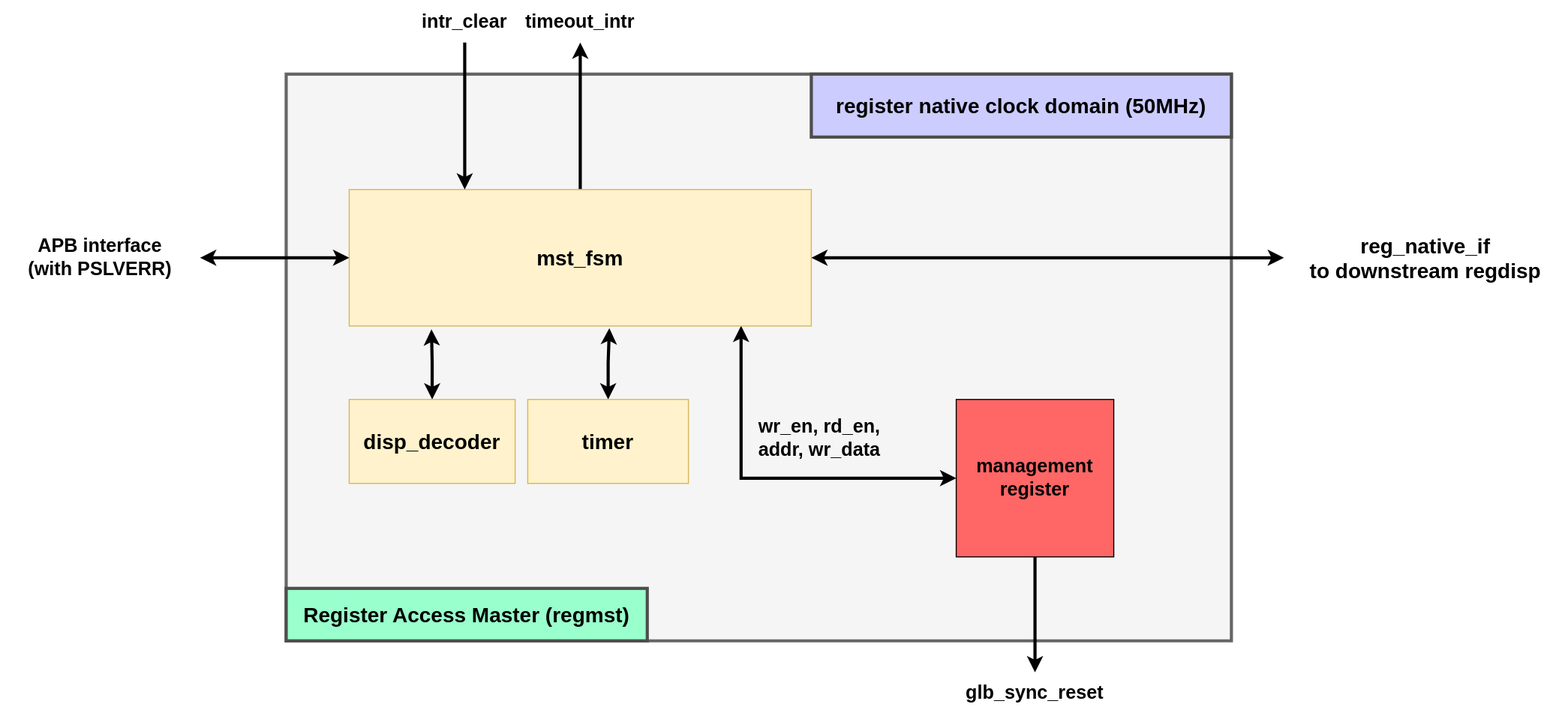
The draw.io diagram docs/pics/regmst_rtl_infra.svg in howsayhao/hj_reg_auto, before a commit. Source tidied: cells renumbered, new cells last; positions are measured from the earlier drawing's top-left corner, leaving out a move shared by most shapes. Its diagram source:
```xml
<mxGraphModel>
  <root>
    <mxCell id="0" />
    <mxCell id="1" parent="0" />
    <mxCell id="2" style="shape=corner;whiteSpace=wrap;html=1;fillColor=#f5f5f5;dx=1000;dy=910;strokeWidth=3;strokeColor=#666666;fontColor=#333333;fontSize=18;" parent="1" vertex="1">
      <mxGeometry x="272" y="70" width="900" height="540" as="geometry" />
    </mxCell>
    <mxCell id="3" style="edgeStyle=orthogonalEdgeStyle;rounded=0;html=1;fontSize=20;startArrow=none;startFill=0;strokeWidth=3;" parent="1" edge="1" source="6" target="11">
      <mxGeometry relative="1" as="geometry" />
    </mxCell>
    <mxCell id="4" style="edgeStyle=orthogonalEdgeStyle;rounded=0;html=1;exitX=1;exitY=0.5;exitDx=0;exitDy=0;entryX=0;entryY=0.5;entryDx=0;entryDy=0;fontSize=20;startArrow=classic;startFill=1;strokeWidth=3;" parent="1" edge="1" source="6" target="14">
      <mxGeometry relative="1" as="geometry" />
    </mxCell>
    <mxCell id="5" style="edgeStyle=orthogonalEdgeStyle;rounded=0;html=1;exitX=0.848;exitY=0.999;exitDx=0;exitDy=0;entryX=0;entryY=0.5;entryDx=0;entryDy=0;fontSize=18;startArrow=classic;startFill=1;strokeWidth=3;exitPerimeter=0;" parent="1" edge="1" source="6" target="20">
      <mxGeometry relative="1" as="geometry" />
    </mxCell>
    <mxCell id="6" value="mst_fsm" style="rounded=0;whiteSpace=wrap;html=1;fontStyle=1;fillColor=#fff2cc;fontSize=20;strokeColor=#d6b656;" parent="1" vertex="1">
      <mxGeometry x="332" y="180" width="440" height="130" as="geometry" />
    </mxCell>
    <mxCell id="7" style="edgeStyle=orthogonalEdgeStyle;rounded=0;html=1;exitX=1;exitY=0.5;exitDx=0;exitDy=0;entryX=0;entryY=0.5;entryDx=0;entryDy=0;fontSize=18;fontColor=#000000;startArrow=classic;startFill=1;strokeWidth=3;" parent="1" edge="1" source="8" target="6">
      <mxGeometry relative="1" as="geometry" />
    </mxCell>
    <mxCell id="8" value="&lt;span style=&quot;font-size: 18px&quot;&gt;APB interface&lt;br&gt;&lt;/span&gt;&lt;span style=&quot;font-size: 18px&quot;&gt;(with PSLVERR)&lt;br style=&quot;font-size: 18px&quot;&gt;&lt;/span&gt;" style="text;html=1;strokeColor=none;fillColor=none;align=center;verticalAlign=middle;whiteSpace=wrap;rounded=0;fontSize=18;fontColor=#000000;fontStyle=1;" parent="1" vertex="1">
      <mxGeometry y="200" width="190" height="90" as="geometry" />
    </mxCell>
    <mxCell id="9" style="edgeStyle=orthogonalEdgeStyle;html=1;entryX=0.25;entryY=0;entryDx=0;entryDy=0;fontSize=20;startArrow=none;startFill=0;strokeWidth=3;rounded=0;" parent="1" edge="1" source="10" target="6">
      <mxGeometry relative="1" as="geometry" />
    </mxCell>
    <mxCell id="10" value="&lt;span style=&quot;font-size: 18px&quot;&gt;intr_clear&lt;br style=&quot;font-size: 18px&quot;&gt;&lt;/span&gt;" style="text;html=1;strokeColor=none;fillColor=none;align=center;verticalAlign=middle;whiteSpace=wrap;rounded=0;fontSize=18;fontColor=#000000;fontStyle=1;" parent="1" vertex="1">
      <mxGeometry x="382" width="120" height="40" as="geometry" />
    </mxCell>
    <mxCell id="11" value="&lt;span style=&quot;font-size: 18px&quot;&gt;timeout_intr&lt;br style=&quot;font-size: 18px&quot;&gt;&lt;/span&gt;" style="text;html=1;strokeColor=none;fillColor=none;align=center;verticalAlign=middle;whiteSpace=wrap;rounded=0;fontSize=18;fontColor=#000000;fontStyle=1;" parent="1" vertex="1">
      <mxGeometry x="487" width="130" height="40" as="geometry" />
    </mxCell>
    <mxCell id="12" style="edgeStyle=orthogonalEdgeStyle;rounded=0;html=1;entryX=0.178;entryY=1.025;entryDx=0;entryDy=0;entryPerimeter=0;fontSize=18;startArrow=classic;startFill=1;strokeWidth=3;" parent="1" edge="1" source="13" target="6">
      <mxGeometry relative="1" as="geometry" />
    </mxCell>
    <mxCell id="13" value="disp_decoder" style="rounded=0;whiteSpace=wrap;html=1;fillColor=#fff2cc;fontStyle=1;fontSize=20;strokeColor=#d6b656;" parent="1" vertex="1">
      <mxGeometry x="332" y="380" width="158" height="80" as="geometry" />
    </mxCell>
    <mxCell id="14" value="reg_native_if &lt;br&gt;to downstream regdisp" style="rounded=0;whiteSpace=wrap;html=1;fontSize=20;fillColor=none;strokeColor=none;fontStyle=1;" parent="1" vertex="1">
      <mxGeometry x="1222" y="213.8" width="270" height="62.5" as="geometry" />
    </mxCell>
    <mxCell id="15" value="&lt;span style=&quot;font-size: 18px&quot;&gt;glb_sync_reset&lt;br style=&quot;font-size: 18px&quot;&gt;&lt;/span&gt;" style="text;html=1;strokeColor=none;fillColor=none;align=center;verticalAlign=middle;whiteSpace=wrap;rounded=0;fontSize=18;fontColor=#000000;fontStyle=1;" parent="1" vertex="1">
      <mxGeometry x="865" y="640" width="240" height="40" as="geometry" />
    </mxCell>
    <mxCell id="16" style="edgeStyle=orthogonalEdgeStyle;rounded=0;html=1;exitX=0.5;exitY=1;exitDx=0;exitDy=0;entryX=0.5;entryY=0;entryDx=0;entryDy=0;fontSize=18;strokeWidth=3;" parent="1" edge="1" source="20" target="15">
      <mxGeometry relative="1" as="geometry" />
    </mxCell>
    <mxCell id="17" value="Register Access Master (regmst)" style="text;html=1;strokeColor=#4D4D4D;fillColor=#99FFCC;align=center;verticalAlign=middle;whiteSpace=wrap;rounded=0;fontSize=20;fontStyle=1;strokeWidth=3;" parent="1" vertex="1">
      <mxGeometry x="272" y="560" width="343.8" height="50" as="geometry" />
    </mxCell>
    <mxCell id="18" value="&lt;b style=&quot;font-size: 20px&quot;&gt;register native clock domain (50MHz)&lt;/b&gt;" style="rounded=0;whiteSpace=wrap;html=1;fillColor=#CCCCFF;fontSize=20;strokeColor=#4D4D4D;labelBorderColor=none;strokeWidth=3;" parent="1" vertex="1">
      <mxGeometry x="772" y="70" width="400" height="60" as="geometry" />
    </mxCell>
    <mxCell id="19" value="&lt;b style=&quot;font-size: 18px&quot;&gt;wr_en, rd_en,&lt;br&gt;addr, wr_data&lt;/b&gt;" style="text;html=1;strokeColor=none;fillColor=none;align=center;verticalAlign=middle;whiteSpace=wrap;rounded=0;fontSize=18;" parent="1" vertex="1">
      <mxGeometry x="710" y="380" width="140" height="75" as="geometry" />
    </mxCell>
    <mxCell id="20" value="management&lt;br&gt;register" style="whiteSpace=wrap;html=1;fillColor=#FF6666;fontStyle=1;fontColor=#000000;fontSize=18;" parent="1" vertex="1">
      <mxGeometry x="910" y="380" width="150" height="150" as="geometry" />
    </mxCell>
    <mxCell id="21" style="edgeStyle=orthogonalEdgeStyle;rounded=0;html=1;entryX=0.563;entryY=1.016;entryDx=0;entryDy=0;entryPerimeter=0;fontSize=18;startArrow=classic;startFill=1;strokeWidth=3;" parent="1" edge="1" source="22" target="6">
      <mxGeometry relative="1" as="geometry" />
    </mxCell>
    <mxCell id="22" value="timer" style="rounded=0;whiteSpace=wrap;html=1;fillColor=#fff2cc;fontStyle=1;fontSize=20;strokeColor=#d6b656;" parent="1" vertex="1">
      <mxGeometry x="502" y="380" width="153" height="80" as="geometry" />
    </mxCell>
  </root>
</mxGraphModel>
```
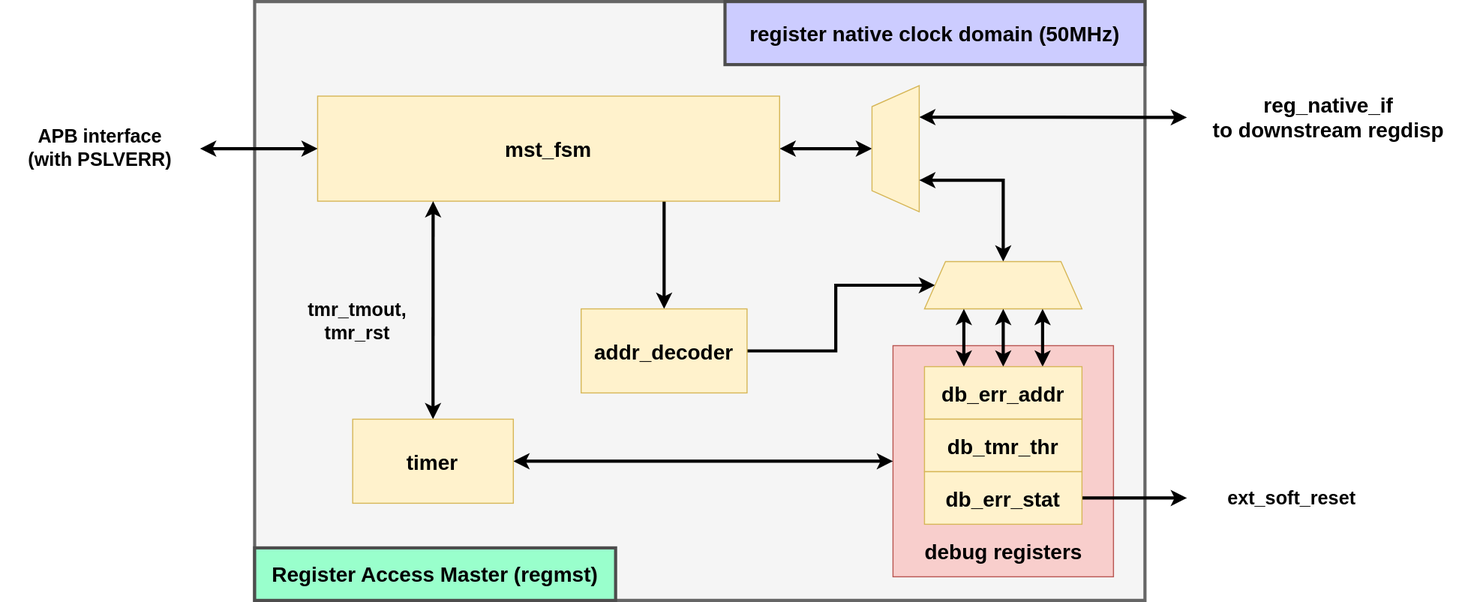
After the commit.

Diff of the diagram source:
```diff
@@ -3,67 +3,91 @@
     <mxCell id="0" />
     <mxCell id="1" parent="0" />
     <mxCell id="2" style="shape=corner;whiteSpace=wrap;html=1;fillColor=#f5f5f5;dx=1000;dy=910;strokeWidth=3;strokeColor=#666666;fontColor=#333333;fontSize=18;" parent="1" vertex="1">
-      <mxGeometry x="272" y="70" width="900" height="540" as="geometry" />
+      <mxGeometry x="272" y="90" width="848" height="570" as="geometry" />
     </mxCell>
-    <mxCell id="3" style="edgeStyle=orthogonalEdgeStyle;rounded=0;html=1;fontSize=20;startArrow=none;startFill=0;strokeWidth=3;" parent="1" edge="1" source="6" target="11">
-      <mxGeometry relative="1" as="geometry" />
-    </mxCell>
-    <mxCell id="4" style="edgeStyle=orthogonalEdgeStyle;rounded=0;html=1;exitX=1;exitY=0.5;exitDx=0;exitDy=0;entryX=0;entryY=0.5;entryDx=0;entryDy=0;fontSize=20;startArrow=classic;startFill=1;strokeWidth=3;" parent="1" edge="1" source="6" target="14">
-      <mxGeometry relative="1" as="geometry" />
-    </mxCell>
-    <mxCell id="5" style="edgeStyle=orthogonalEdgeStyle;rounded=0;html=1;exitX=0.848;exitY=0.999;exitDx=0;exitDy=0;entryX=0;entryY=0.5;entryDx=0;entryDy=0;fontSize=18;startArrow=classic;startFill=1;strokeWidth=3;exitPerimeter=0;" parent="1" edge="1" source="6" target="20">
-      <mxGeometry relative="1" as="geometry" />
-    </mxCell>
+    <mxCell id="23" style="rounded=0;whiteSpace=wrap;html=1;fontSize=20;fillColor=#f8cecc;strokeColor=#b85450;" parent="1" vertex="1">
+      <mxGeometry x="880" y="417.5" width="210" height="220" as="geometry" />
+    </mxCell>
+    <mxCell id="24" style="edgeStyle=orthogonalEdgeStyle;rounded=0;html=1;exitX=1;exitY=0.5;exitDx=0;exitDy=0;entryX=0.5;entryY=0;entryDx=0;entryDy=0;fontSize=20;strokeWidth=3;startArrow=classic;startFill=1;" parent="1" edge="1" source="6" target="31">
+      <mxGeometry relative="1" as="geometry" />
+    </mxCell>
+    <mxCell id="25" style="edgeStyle=orthogonalEdgeStyle;rounded=0;html=1;exitX=0.75;exitY=1;exitDx=0;exitDy=0;startArrow=none;startFill=0;strokeWidth=3;" parent="1" edge="1" source="6" target="13">
+      <mxGeometry relative="1" as="geometry" />
+    </mxCell>
     <mxCell id="6" value="mst_fsm" style="rounded=0;whiteSpace=wrap;html=1;fontStyle=1;fillColor=#fff2cc;fontSize=20;strokeColor=#d6b656;" parent="1" vertex="1">
-      <mxGeometry x="332" y="180" width="440" height="130" as="geometry" />
+      <mxGeometry x="332" y="180" width="440" height="100" as="geometry" />
     </mxCell>
     <mxCell id="7" style="edgeStyle=orthogonalEdgeStyle;rounded=0;html=1;exitX=1;exitY=0.5;exitDx=0;exitDy=0;entryX=0;entryY=0.5;entryDx=0;entryDy=0;fontSize=18;fontColor=#000000;startArrow=classic;startFill=1;strokeWidth=3;" parent="1" edge="1" source="8" target="6">
       <mxGeometry relative="1" as="geometry" />
     </mxCell>
     <mxCell id="8" value="&lt;span style=&quot;font-size: 18px&quot;&gt;APB interface&lt;br&gt;&lt;/span&gt;&lt;span style=&quot;font-size: 18px&quot;&gt;(with PSLVERR)&lt;br style=&quot;font-size: 18px&quot;&gt;&lt;/span&gt;" style="text;html=1;strokeColor=none;fillColor=none;align=center;verticalAlign=middle;whiteSpace=wrap;rounded=0;fontSize=18;fontColor=#000000;fontStyle=1;" parent="1" vertex="1">
-      <mxGeometry y="200" width="190" height="90" as="geometry" />
+      <mxGeometry x="30" y="185" width="190" height="90" as="geometry" />
     </mxCell>
-    <mxCell id="9" style="edgeStyle=orthogonalEdgeStyle;html=1;entryX=0.25;entryY=0;entryDx=0;entryDy=0;fontSize=20;startArrow=none;startFill=0;strokeWidth=3;rounded=0;" parent="1" edge="1" source="10" target="6">
-      <mxGeometry relative="1" as="geometry" />
-    </mxCell>
-    <mxCell id="10" value="&lt;span style=&quot;font-size: 18px&quot;&gt;intr_clear&lt;br style=&quot;font-size: 18px&quot;&gt;&lt;/span&gt;" style="text;html=1;strokeColor=none;fillColor=none;align=center;verticalAlign=middle;whiteSpace=wrap;rounded=0;fontSize=18;fontColor=#000000;fontStyle=1;" parent="1" vertex="1">
-      <mxGeometry x="382" width="120" height="40" as="geometry" />
-    </mxCell>
-    <mxCell id="11" value="&lt;span style=&quot;font-size: 18px&quot;&gt;timeout_intr&lt;br style=&quot;font-size: 18px&quot;&gt;&lt;/span&gt;" style="text;html=1;strokeColor=none;fillColor=none;align=center;verticalAlign=middle;whiteSpace=wrap;rounded=0;fontSize=18;fontColor=#000000;fontStyle=1;" parent="1" vertex="1">
-      <mxGeometry x="487" width="130" height="40" as="geometry" />
-    </mxCell>
-    <mxCell id="12" style="edgeStyle=orthogonalEdgeStyle;rounded=0;html=1;entryX=0.178;entryY=1.025;entryDx=0;entryDy=0;entryPerimeter=0;fontSize=18;startArrow=classic;startFill=1;strokeWidth=3;" parent="1" edge="1" source="13" target="6">
-      <mxGeometry relative="1" as="geometry" />
-    </mxCell>
+    <mxCell id="26" style="edgeStyle=orthogonalEdgeStyle;rounded=0;html=1;entryX=0;entryY=0.5;entryDx=0;entryDy=0;fontSize=20;startArrow=none;startFill=0;strokeWidth=3;jumpStyle=arc;" parent="1" edge="1" source="13" target="33">
+      <mxGeometry relative="1" as="geometry" />
+    </mxCell>
-    <mxCell id="13" value="disp_decoder" style="rounded=0;whiteSpace=wrap;html=1;fillColor=#fff2cc;fontStyle=1;fontSize=20;strokeColor=#d6b656;" parent="1" vertex="1">
-      <mxGeometry x="332" y="380" width="158" height="80" as="geometry" />
+    <mxCell id="13" value="addr_decoder" style="rounded=0;whiteSpace=wrap;html=1;fillColor=#fff2cc;fontStyle=1;fontSize=20;strokeColor=#d6b656;" parent="1" vertex="1">
+      <mxGeometry x="583" y="382.5" width="158" height="80" as="geometry" />
     </mxCell>
     <mxCell id="14" value="reg_native_if &lt;br&gt;to downstream regdisp" style="rounded=0;whiteSpace=wrap;html=1;fontSize=20;fillColor=none;strokeColor=none;fontStyle=1;" parent="1" vertex="1">
-      <mxGeometry x="1222" y="213.8" width="270" height="62.5" as="geometry" />
+      <mxGeometry x="1160" y="169" width="270" height="62.5" as="geometry" />
     </mxCell>
-    <mxCell id="15" value="&lt;span style=&quot;font-size: 18px&quot;&gt;glb_sync_reset&lt;br style=&quot;font-size: 18px&quot;&gt;&lt;/span&gt;" style="text;html=1;strokeColor=none;fillColor=none;align=center;verticalAlign=middle;whiteSpace=wrap;rounded=0;fontSize=18;fontColor=#000000;fontStyle=1;" parent="1" vertex="1">
-      <mxGeometry x="865" y="640" width="240" height="40" as="geometry" />
+    <mxCell id="15" value="&lt;span style=&quot;font-size: 18px&quot;&gt;ext_soft_reset&lt;br style=&quot;font-size: 18px&quot;&gt;&lt;/span&gt;" style="text;html=1;strokeColor=none;fillColor=none;align=center;verticalAlign=middle;whiteSpace=wrap;rounded=0;fontSize=18;fontColor=#000000;fontStyle=1;" parent="1" vertex="1">
+      <mxGeometry x="1160" y="542.5" width="200" height="40" as="geometry" />
     </mxCell>
-    <mxCell id="16" style="edgeStyle=orthogonalEdgeStyle;rounded=0;html=1;exitX=0.5;exitY=1;exitDx=0;exitDy=0;entryX=0.5;entryY=0;entryDx=0;entryDy=0;fontSize=18;strokeWidth=3;" parent="1" edge="1" source="20" target="15">
-      <mxGeometry relative="1" as="geometry" />
-    </mxCell>
     <mxCell id="17" value="Register Access Master (regmst)" style="text;html=1;strokeColor=#4D4D4D;fillColor=#99FFCC;align=center;verticalAlign=middle;whiteSpace=wrap;rounded=0;fontSize=20;fontStyle=1;strokeWidth=3;" parent="1" vertex="1">
-      <mxGeometry x="272" y="560" width="343.8" height="50" as="geometry" />
+      <mxGeometry x="272" y="610" width="343.8" height="50" as="geometry" />
     </mxCell>
     <mxCell id="18" value="&lt;b style=&quot;font-size: 20px&quot;&gt;register native clock domain (50MHz)&lt;/b&gt;" style="rounded=0;whiteSpace=wrap;html=1;fillColor=#CCCCFF;fontSize=20;strokeColor=#4D4D4D;labelBorderColor=none;strokeWidth=3;" parent="1" vertex="1">
-      <mxGeometry x="772" y="70" width="400" height="60" as="geometry" />
+      <mxGeometry x="720" y="90" width="400" height="60" as="geometry" />
     </mxCell>
-    <mxCell id="19" value="&lt;b style=&quot;font-size: 18px&quot;&gt;wr_en, rd_en,&lt;br&gt;addr, wr_data&lt;/b&gt;" style="text;html=1;strokeColor=none;fillColor=none;align=center;verticalAlign=middle;whiteSpace=wrap;rounded=0;fontSize=18;" parent="1" vertex="1">
-      <mxGeometry x="710" y="380" width="140" height="75" as="geometry" />
-    </mxCell>
-    <mxCell id="20" value="management&lt;br&gt;register" style="whiteSpace=wrap;html=1;fillColor=#FF6666;fontStyle=1;fontColor=#000000;fontSize=18;" parent="1" vertex="1">
-      <mxGeometry x="910" y="380" width="150" height="150" as="geometry" />
-    </mxCell>
-    <mxCell id="21" style="edgeStyle=orthogonalEdgeStyle;rounded=0;html=1;entryX=0.563;entryY=1.016;entryDx=0;entryDy=0;entryPerimeter=0;fontSize=18;startArrow=classic;startFill=1;strokeWidth=3;" parent="1" edge="1" source="22" target="6">
+    <mxCell id="21" style="edgeStyle=orthogonalEdgeStyle;rounded=0;html=1;entryX=0.25;entryY=1;entryDx=0;entryDy=0;fontSize=18;startArrow=classic;startFill=1;strokeWidth=3;jumpStyle=arc;" parent="1" edge="1" source="22" target="6">
       <mxGeometry relative="1" as="geometry" />
     </mxCell>
+    <mxCell id="27" style="edgeStyle=orthogonalEdgeStyle;rounded=0;html=1;entryX=0;entryY=0.5;entryDx=0;entryDy=0;strokeWidth=3;startArrow=classic;startFill=1;" parent="1" edge="1" source="22" target="23">
+      <mxGeometry relative="1" as="geometry" />
+    </mxCell>
     <mxCell id="22" value="timer" style="rounded=0;whiteSpace=wrap;html=1;fillColor=#fff2cc;fontStyle=1;fontSize=20;strokeColor=#d6b656;" parent="1" vertex="1">
-      <mxGeometry x="502" y="380" width="153" height="80" as="geometry" />
+      <mxGeometry x="365.4" y="487.5" width="153" height="80" as="geometry" />
     </mxCell>
+    <mxCell id="28" value="debug registers" style="text;html=1;strokeColor=none;fillColor=none;align=center;verticalAlign=middle;whiteSpace=wrap;rounded=0;fontSize=20;fontStyle=1;" parent="1" vertex="1">
+      <mxGeometry x="892.5" y="597.5" width="185" height="30" as="geometry" />
+    </mxCell>
+    <mxCell id="29" style="edgeStyle=orthogonalEdgeStyle;rounded=0;html=1;exitX=1;exitY=0.5;exitDx=0;exitDy=0;entryX=0;entryY=0.5;entryDx=0;entryDy=0;fontSize=20;strokeWidth=3;" parent="1" edge="1" source="40" target="15">
+      <mxGeometry relative="1" as="geometry" />
+    </mxCell>
+    <mxCell id="30" style="edgeStyle=orthogonalEdgeStyle;rounded=0;html=1;exitX=0.75;exitY=1;exitDx=0;exitDy=0;entryX=0;entryY=0.5;entryDx=0;entryDy=0;fontSize=20;startArrow=classic;startFill=1;strokeWidth=3;" parent="1" edge="1" source="31" target="14">
+      <mxGeometry relative="1" as="geometry" />
+    </mxCell>
+    <mxCell id="31" style="shape=trapezoid;perimeter=trapezoidPerimeter;whiteSpace=wrap;html=1;fixedSize=1;fontSize=20;fillColor=#fff2cc;strokeColor=#d6b656;rotation=-90;" parent="1" vertex="1">
+      <mxGeometry x="822.5" y="207.5" width="120" height="45" as="geometry" />
+    </mxCell>
+    <mxCell id="32" style="edgeStyle=orthogonalEdgeStyle;rounded=0;html=1;exitX=0.5;exitY=0;exitDx=0;exitDy=0;entryX=0.25;entryY=1;entryDx=0;entryDy=0;fontSize=20;startArrow=classic;startFill=1;strokeWidth=3;" parent="1" edge="1" source="33" target="31">
+      <mxGeometry relative="1" as="geometry" />
+    </mxCell>
+    <mxCell id="33" style="shape=trapezoid;perimeter=trapezoidPerimeter;whiteSpace=wrap;html=1;fixedSize=1;fontSize=20;fillColor=#fff2cc;strokeColor=#d6b656;rotation=0;" parent="1" vertex="1">
+      <mxGeometry x="910" y="337.5" width="150" height="45" as="geometry" />
+    </mxCell>
+    <mxCell id="34" style="edgeStyle=orthogonalEdgeStyle;rounded=0;html=1;exitX=0.25;exitY=0;exitDx=0;exitDy=0;entryX=0.25;entryY=1;entryDx=0;entryDy=0;fontSize=20;startArrow=classic;startFill=1;strokeWidth=3;" parent="1" edge="1" source="38" target="33">
+      <mxGeometry relative="1" as="geometry" />
+    </mxCell>
+    <mxCell id="35" style="edgeStyle=orthogonalEdgeStyle;rounded=0;html=1;exitX=0.5;exitY=0;exitDx=0;exitDy=0;entryX=0.5;entryY=1;entryDx=0;entryDy=0;fontSize=20;startArrow=classic;startFill=1;strokeWidth=3;" parent="1" edge="1" source="38" target="33">
+      <mxGeometry relative="1" as="geometry" />
+    </mxCell>
+    <mxCell id="36" style="edgeStyle=orthogonalEdgeStyle;rounded=0;html=1;exitX=0.75;exitY=0;exitDx=0;exitDy=0;entryX=0.75;entryY=1;entryDx=0;entryDy=0;fontSize=20;startArrow=classic;startFill=1;strokeWidth=3;" parent="1" edge="1" source="38" target="33">
+      <mxGeometry relative="1" as="geometry" />
+    </mxCell>
+    <mxCell id="37" value="&lt;span style=&quot;font-size: 18px&quot;&gt;tmr_tmout,&lt;br&gt;tmr_rst&lt;br style=&quot;font-size: 18px&quot;&gt;&lt;/span&gt;" style="text;html=1;strokeColor=none;fillColor=none;align=center;verticalAlign=middle;whiteSpace=wrap;rounded=0;fontSize=18;fontColor=#000000;fontStyle=1;" parent="1" vertex="1">
+      <mxGeometry x="300" y="367.5" width="140" height="55" as="geometry" />
+    </mxCell>
+    <mxCell id="38" value="&lt;b&gt;db_err_addr&lt;/b&gt;" style="rounded=0;whiteSpace=wrap;html=1;fontSize=20;fillColor=#fff2cc;strokeColor=#d6b656;" parent="1" vertex="1">
+      <mxGeometry x="910" y="437.5" width="150" height="50" as="geometry" />
+    </mxCell>
+    <mxCell id="39" value="db_tmr_thr" style="rounded=0;whiteSpace=wrap;html=1;fontSize=20;fillColor=#fff2cc;strokeColor=#d6b656;fontStyle=1;" parent="1" vertex="1">
+      <mxGeometry x="910" y="487.5" width="150" height="50" as="geometry" />
+    </mxCell>
+    <mxCell id="40" value="db_err_stat" style="rounded=0;whiteSpace=wrap;html=1;fontSize=20;fillColor=#fff2cc;strokeColor=#d6b656;fontStyle=1;" parent="1" vertex="1">
+      <mxGeometry x="910" y="537.5" width="150" height="50" as="geometry" />
+    </mxCell>
   </root>
 </mxGraphModel>
```
